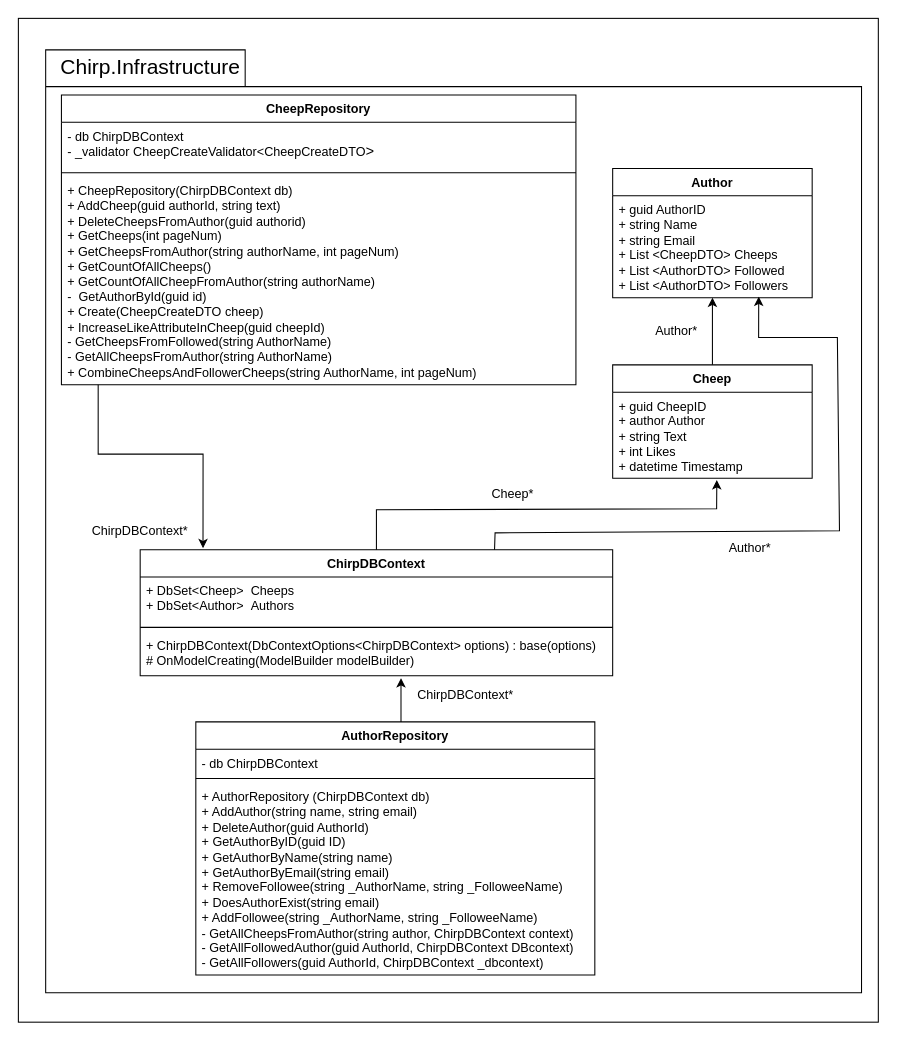
The draw.io diagram Docs/Images/PackagesUMLClassDiagrams/PackageInfrastructureUMLDiagram.drawio in ITU-BDSA23-GROUP4/Chirp, before the edit. Source tidied: cells renumbered, new cells numbered last; positions are measured from the earlier drawing's top-left corner, leaving out a move shared by most shapes. Both pictures are drawn from the tidied source at 105%, with x=0, y=0 at pixel (18, 18).
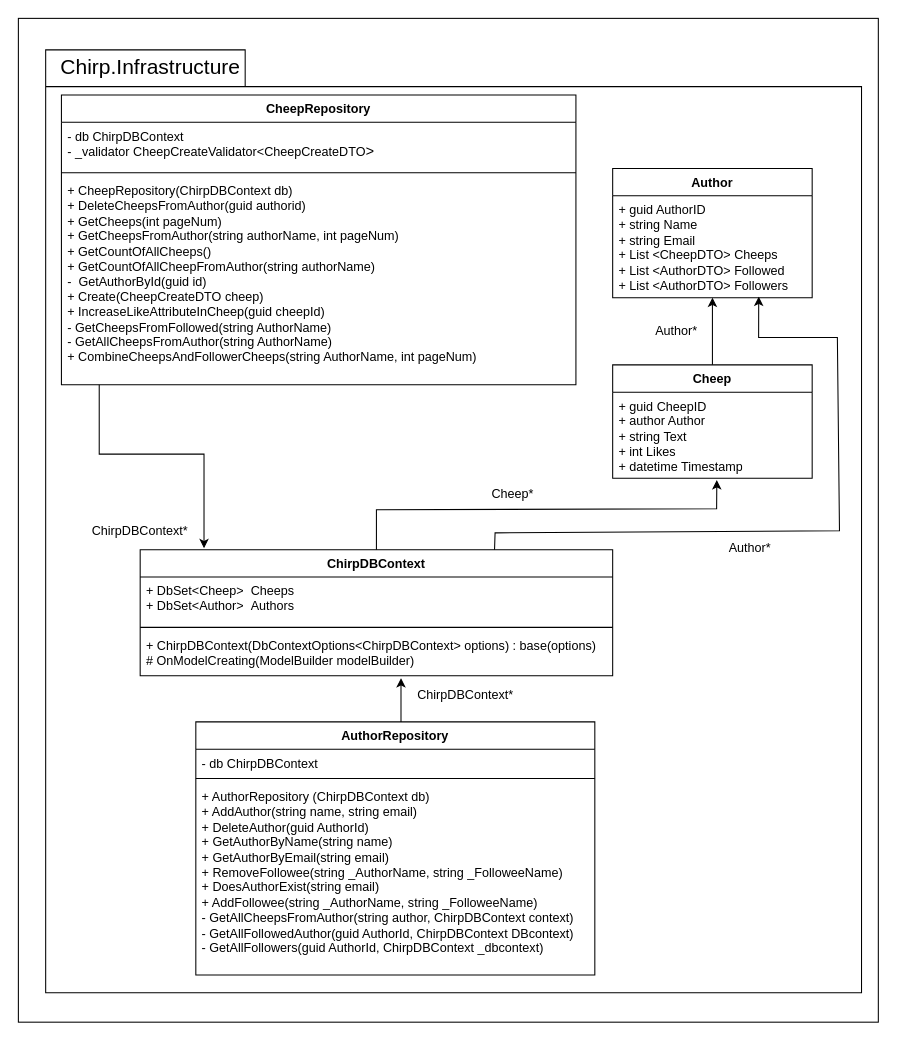
The same diagram, later.

Unchanged cells that the change refers to:
```xml
<mxCell id="10" value="&lt;font color=&quot;#000000&quot;&gt;AuthorRepository&lt;/font&gt;" style="swimlane;fontStyle=1;align=center;verticalAlign=top;horizontal=1;startSize=26;whiteSpace=wrap;html=1;strokeColor=#000000;fillColor=none;" parent="1" vertex="1">
  <mxGeometry x="169" y="670" width="380" height="241" as="geometry" />
</mxCell>
<mxCell id="14" value="&lt;font color=&quot;#000000&quot;&gt;CheepRepository&lt;/font&gt;" style="swimlane;fontStyle=1;align=center;verticalAlign=top;horizontal=1;startSize=26;whiteSpace=wrap;html=1;strokeColor=#000000;fillColor=none;" parent="1" vertex="1">
  <mxGeometry x="41" y="73" width="490" height="276" as="geometry" />
</mxCell>
<mxCell id="20" value="&lt;font color=&quot;#000000&quot;&gt;ChirpDBContext&lt;/font&gt;" style="swimlane;fontStyle=1;align=center;verticalAlign=top;horizontal=1;startSize=26;whiteSpace=wrap;html=1;strokeColor=#000000;fillColor=none;" parent="1" vertex="1">
  <mxGeometry x="116" y="506" width="450" height="120" as="geometry" />
</mxCell>
```

The edit, as a diff of the source:
```diff
@@
-    <mxCell id="13" value="&lt;font color=&quot;#000000&quot;&gt;+ AuthorRepository (ChirpDBContext db)&lt;br&gt;+ AddAuthor(string name, string email)&lt;br&gt;&lt;/font&gt;&lt;span style=&quot;color: rgb(0, 0, 0);&quot;&gt;+ DeleteAuthor(guid AuthorId)&lt;/span&gt;&lt;font color=&quot;#000000&quot;&gt;&lt;br&gt;+ GetAuthorByID(guid ID)&lt;br&gt;+ GetAuthorByName(string name)&lt;br&gt;+ GetAuthorByEmail(string email)&lt;br&gt;+ RemoveFollowee(string _AuthorName, string _FolloweeName)&lt;br&gt;+ DoesAuthorExist(string email)&lt;br&gt;+ AddFollowee(string _AuthorName, string _FolloweeName)&lt;br&gt;- GetAllCheepsFromAuthor(string author, ChirpDBContext context)&lt;br&gt;- GetAllFollowedAuthor(guid AuthorId, ChirpDBContext DBcontext)&lt;br&gt;- GetAllFollowers(guid AuthorId, ChirpDBContext _dbcontext)&lt;br&gt;&lt;/font&gt;" style="text;strokeColor=none;fillColor=none;align=left;verticalAlign=top;spacingLeft=4;spacingRight=4;overflow=hidden;whiteSpace=wrap;html=1;" parent="10" vertex="1">
+    <mxCell id="13" value="&lt;font color=&quot;#000000&quot;&gt;+ AuthorRepository (ChirpDBContext db)&lt;br&gt;+ AddAuthor(string name, string email)&lt;br&gt;&lt;/font&gt;&lt;span style=&quot;color: rgb(0, 0, 0);&quot;&gt;+ DeleteAuthor(guid AuthorId)&lt;/span&gt;&lt;font color=&quot;#000000&quot;&gt;&lt;br&gt;+ GetAuthorByName(string name)&lt;br&gt;+ GetAuthorByEmail(string email)&lt;br&gt;+ RemoveFollowee(string _AuthorName, string _FolloweeName)&lt;br&gt;+ DoesAuthorExist(string email)&lt;br&gt;+ AddFollowee(string _AuthorName, string _FolloweeName)&lt;br&gt;- GetAllCheepsFromAuthor(string author, ChirpDBContext context)&lt;br&gt;- GetAllFollowedAuthor(guid AuthorId, ChirpDBContext DBcontext)&lt;br&gt;- GetAllFollowers(guid AuthorId, ChirpDBContext _dbcontext)&lt;br&gt;&lt;/font&gt;" style="text;strokeColor=none;fillColor=none;align=left;verticalAlign=top;spacingLeft=4;spacingRight=4;overflow=hidden;whiteSpace=wrap;html=1;" parent="10" vertex="1">
       <mxGeometry y="58" width="380" height="183" as="geometry" />
     </mxCell>
@@
-    <mxCell id="17" value="&lt;font color=&quot;#000000&quot;&gt;&lt;font style=&quot;font-size: 12px;&quot;&gt;+&amp;nbsp;CheepRepository(ChirpDBContext db)&lt;/font&gt;&lt;br&gt;+ AddCheep(guid authorId, string text)&lt;br&gt;+ DeleteCheepsFromAuthor(guid authorid)&lt;br&gt;+ GetCheeps(int pageNum)&lt;br&gt;+ GetCheepsFromAuthor(string authorName, int pageNum)&lt;br&gt;+ GetCountOfAllCheeps()&lt;br&gt;+ GetCountOfAllCheepFromAuthor(string authorName)&lt;br&gt;-&amp;nbsp; GetAuthorById(guid id)&lt;br&gt;+ Create(CheepCreateDTO cheep)&lt;br&gt;+ IncreaseLikeAttributeInCheep(guid cheepId)&lt;br&gt;- GetCheepsFromFollowed(string AuthorName)&lt;br&gt;- GetAllCheepsFromAuthor(string AuthorName)&lt;br&gt;+ CombineCheepsAndFollowerCheeps(string AuthorName, int pageNum)&lt;br&gt;&lt;/font&gt;" style="text;strokeColor=none;fillColor=none;align=left;verticalAlign=top;spacingLeft=4;spacingRight=4;overflow=hidden;points=[[0,0.5],[1,0.5]];portConstraint=eastwest;whiteSpace=wrap;html=1;" parent="14" vertex="1">
+    <mxCell id="17" value="&lt;font color=&quot;#000000&quot;&gt;&lt;font style=&quot;font-size: 12px;&quot;&gt;+&amp;nbsp;CheepRepository(ChirpDBContext db)&lt;/font&gt;&lt;br&gt;+ DeleteCheepsFromAuthor(guid authorid)&lt;br&gt;+ GetCheeps(int pageNum)&lt;br&gt;+ GetCheepsFromAuthor(string authorName, int pageNum)&lt;br&gt;+ GetCountOfAllCheeps()&lt;br&gt;+ GetCountOfAllCheepFromAuthor(string authorName)&lt;br&gt;-&amp;nbsp; GetAuthorById(guid id)&lt;br&gt;+ Create(CheepCreateDTO cheep)&lt;br&gt;+ IncreaseLikeAttributeInCheep(guid cheepId)&lt;br&gt;- GetCheepsFromFollowed(string AuthorName)&lt;br&gt;- GetAllCheepsFromAuthor(string AuthorName)&lt;br&gt;+ CombineCheepsAndFollowerCheeps(string AuthorName, int pageNum)&lt;br&gt;&lt;/font&gt;" style="text;strokeColor=none;fillColor=none;align=left;verticalAlign=top;spacingLeft=4;spacingRight=4;overflow=hidden;points=[[0,0.5],[1,0.5]];portConstraint=eastwest;whiteSpace=wrap;html=1;" parent="14" vertex="1">
       <mxGeometry y="78" width="490" height="198" as="geometry" />
     </mxCell>
@@
-    <mxCell id="24" style="edgeStyle=orthogonalEdgeStyle;rounded=0;jettySize=auto;html=1;entryX=0.133;entryY=-0.011;entryDx=0;entryDy=0;entryPerimeter=0;strokeColor=#000000;" parent="1" edge="1" source="17" target="20">
+    <mxCell id="24" style="edgeStyle=orthogonalEdgeStyle;rounded=0;orthogonalLoop=1;jettySize=auto;html=1;entryX=0.133;entryY=-0.011;entryDx=0;entryDy=0;entryPerimeter=0;strokeColor=#000000;" parent="1" edge="1">
       <mxGeometry relative="1" as="geometry">
+        <mxPoint x="77" y="349" as="sourcePoint" />
+        <mxPoint x="176.8" y="504.7" as="targetPoint" />
         <Array as="points">
-          <mxPoint x="76" y="415" />
-          <mxPoint x="176" y="415" />
+          <mxPoint x="77" y="415" />
+          <mxPoint x="177" y="415" />
         </Array>
       </mxGeometry>
     </mxCell>
```
